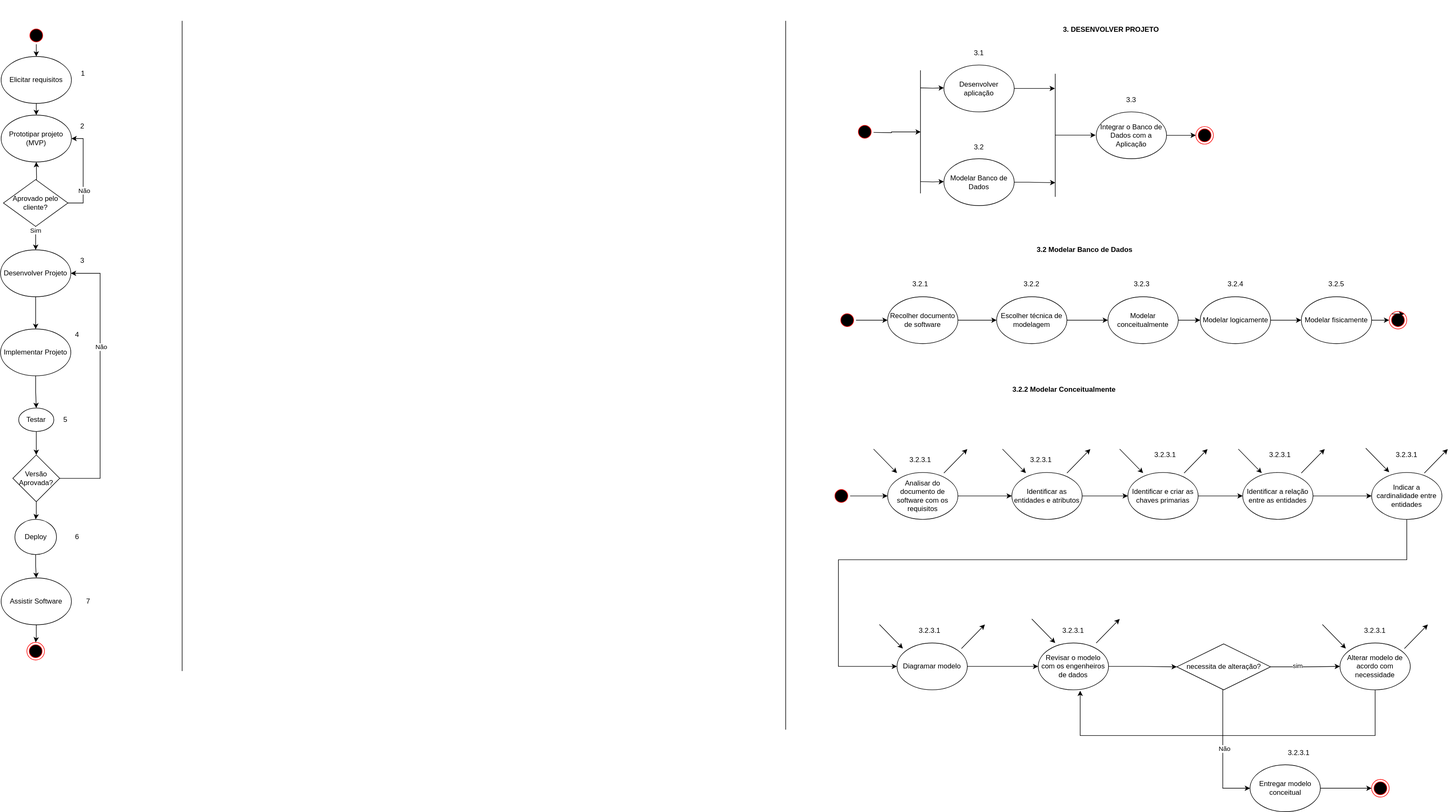
Before: Atividade1_database.drawio.svg, a diagram exported from draw.io (t-aaago/EngSoft). Source tidied: cells renumbered, new cells last; positions are measured from the earlier drawing's top-left corner, leaving out a move shared by most shapes.
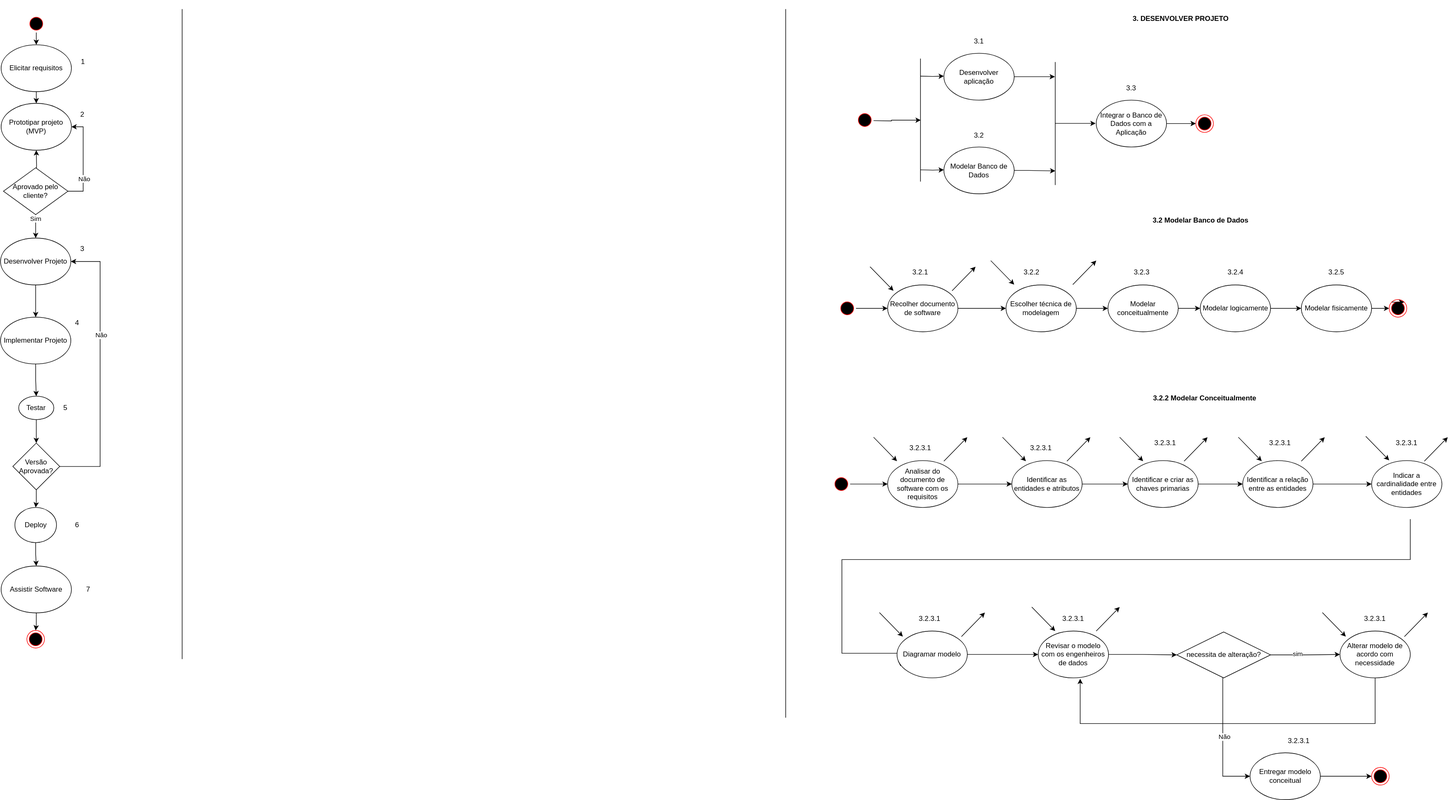
Above is the later version.

What changed in the source:
```diff
@@ -184,7 +184,7 @@
       <mxGeometry x="1320" y="36" width="40" height="1210" as="geometry" />
     </mxCell>
     <mxCell id="54" value="3. DESENVOLVER PROJETO" style="text;align=center;fontStyle=1;verticalAlign=middle;spacingLeft=3;spacingRight=3;strokeColor=none;html=1;" parent="1" vertex="1">
-      <mxGeometry x="1780" y="0.5" width="230" height="100" as="geometry" />
+      <mxGeometry x="1940" y="20.5" width="147.5" height="65.5" as="geometry" />
     </mxCell>
     <mxCell id="55" style="edgeStyle=orthogonalEdgeStyle;rounded=0;jettySize=auto;html=1;entryX=0;entryY=0.5;entryDx=0;entryDy=0;" parent="1" edge="1" source="56" target="58">
       <mxGeometry relative="1" as="geometry" />
@@ -232,10 +232,10 @@
       <mxGeometry x="2370" y="532" width="30" height="30" as="geometry" />
     </mxCell>
     <mxCell id="70" value="3.2 Modelar Banco de Dados" style="text;align=center;fontStyle=1;verticalAlign=middle;spacingLeft=3;spacingRight=3;strokeColor=none;html=1;" parent="1" vertex="1">
-      <mxGeometry x="1770" y="387" width="160" height="79" as="geometry" />
+      <mxGeometry x="1968" y="357" width="160" height="79" as="geometry" />
     </mxCell>
     <mxCell id="71" value="3.2.2 Modelar Conceitualmente" style="text;align=center;fontStyle=1;verticalAlign=middle;spacingLeft=3;spacingRight=3;strokeColor=none;html=1;" parent="1" vertex="1">
-      <mxGeometry x="1700" y="616" width="230" height="100" as="geometry" />
+      <mxGeometry x="2015" y="686" width="80" height="29" as="geometry" />
     </mxCell>
     <mxCell id="72" style="edgeStyle=orthogonalEdgeStyle;rounded=0;jettySize=auto;html=1;entryX=0;entryY=0.5;entryDx=0;entryDy=0;" parent="1" edge="1" source="73" target="75">
       <mxGeometry relative="1" as="geometry" />
@@ -262,7 +262,7 @@
       <mxGeometry relative="1" as="geometry" />
     </mxCell>
     <mxCell id="80" value="Escolher técnica de modelagem" style="ellipse;whiteSpace=wrap;html=1;" parent="1" vertex="1">
-      <mxGeometry x="1700" y="507" width="120" height="80" as="geometry" />
+      <mxGeometry x="1716" y="507" width="120" height="80" as="geometry" />
     </mxCell>
     <mxCell id="81" style="edgeStyle=orthogonalEdgeStyle;rounded=0;orthogonalLoop=1;jettySize=auto;html=1;exitX=0;exitY=0;exitDx=0;exitDy=0;entryX=1;entryY=0;entryDx=0;entryDy=0;" parent="1" edge="1" source="69" target="69">
       <mxGeometry relative="1" as="geometry" />
@@ -282,12 +282,15 @@
     <mxCell id="86" value="Identificar a relação entre as entidades" style="ellipse;whiteSpace=wrap;html=1;" parent="1" vertex="1">
       <mxGeometry x="2120" y="807" width="120" height="80" as="geometry" />
     </mxCell>
-    <mxCell id="87" style="edgeStyle=orthogonalEdgeStyle;rounded=0;jettySize=auto;html=1;entryX=0;entryY=0.5;entryDx=0;entryDy=0;" parent="1" edge="1" source="88" target="90">
+    <mxCell id="87" style="edgeStyle=orthogonalEdgeStyle;rounded=0;orthogonalLoop=1;jettySize=auto;html=1;entryX=0;entryY=0.5;entryDx=0;entryDy=0;" parent="1" edge="1">
       <mxGeometry relative="1" as="geometry">
+        <mxPoint x="2406" y="907" as="sourcePoint" />
+        <mxPoint x="1536" y="1158" as="targetPoint" />
         <Array as="points">
-          <mxPoint x="2400" y="956" />
-          <mxPoint x="1430" y="956" />
-          <mxPoint x="1430" y="1138" />
+          <mxPoint x="2406" y="976" />
+          <mxPoint x="1436" y="976" />
+          <mxPoint x="1436" y="1136" />
+          <mxPoint x="1536" y="1136" />
         </Array>
       </mxGeometry>
     </mxCell>
@@ -468,5 +471,29 @@
         </Array>
       </mxGeometry>
     </mxCell>
+    <mxCell id="127" style="endArrow=classic;html=1;rounded=0;" parent="1" edge="1">
+      <mxGeometry relative="1" as="geometry">
+        <mxPoint x="1484" y="476" as="sourcePoint" />
+        <mxPoint x="1524" y="517" as="targetPoint" />
+      </mxGeometry>
+    </mxCell>
+    <mxCell id="128" style="endArrow=classic;html=1;rounded=0;" parent="1" edge="1">
+      <mxGeometry relative="1" as="geometry">
+        <mxPoint x="1624" y="517" as="sourcePoint" />
+        <mxPoint x="1664" y="476" as="targetPoint" />
+      </mxGeometry>
+    </mxCell>
+    <mxCell id="129" style="endArrow=classic;html=1;rounded=0;" parent="1" edge="1">
+      <mxGeometry relative="1" as="geometry">
+        <mxPoint x="1690" y="465.5" as="sourcePoint" />
+        <mxPoint x="1730" y="506.5" as="targetPoint" />
+      </mxGeometry>
+    </mxCell>
+    <mxCell id="130" style="endArrow=classic;html=1;rounded=0;" parent="1" edge="1">
+      <mxGeometry relative="1" as="geometry">
+        <mxPoint x="1830" y="506.5" as="sourcePoint" />
+        <mxPoint x="1870" y="465.5" as="targetPoint" />
+      </mxGeometry>
+    </mxCell>
   </root>
 </mxGraphModel>
```
